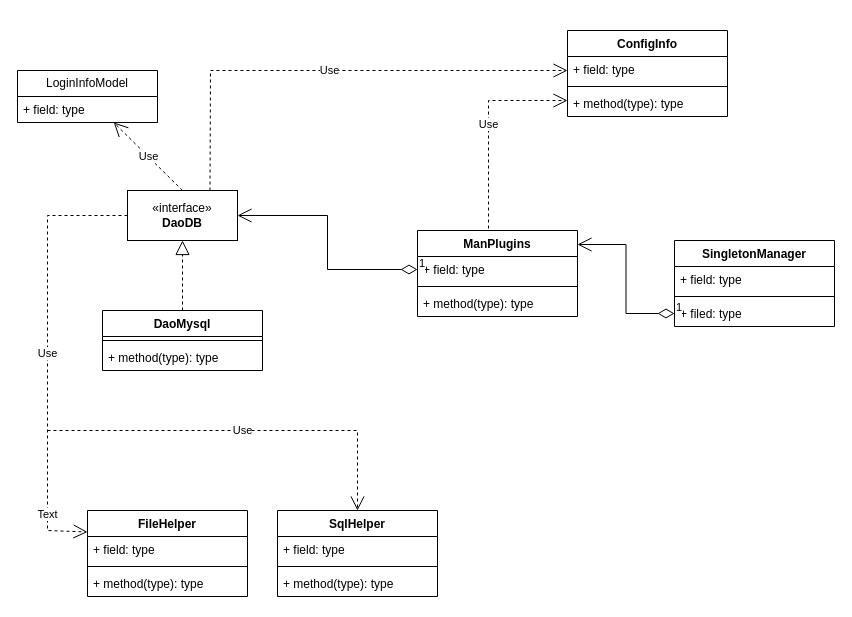
This is Qt/COSBrowser/databaseImpl/databaseImplClassDiag.drawio from lumingfan/Draw, a draw.io file, before an edit. Source tidied: cells renumbered, new cells numbered last; positions are measured from the earlier drawing's top-left corner, leaving out a move shared by most shapes. Both pictures are drawn from the tidied source at 100%, with x=0, y=0 at pixel (17, 30).
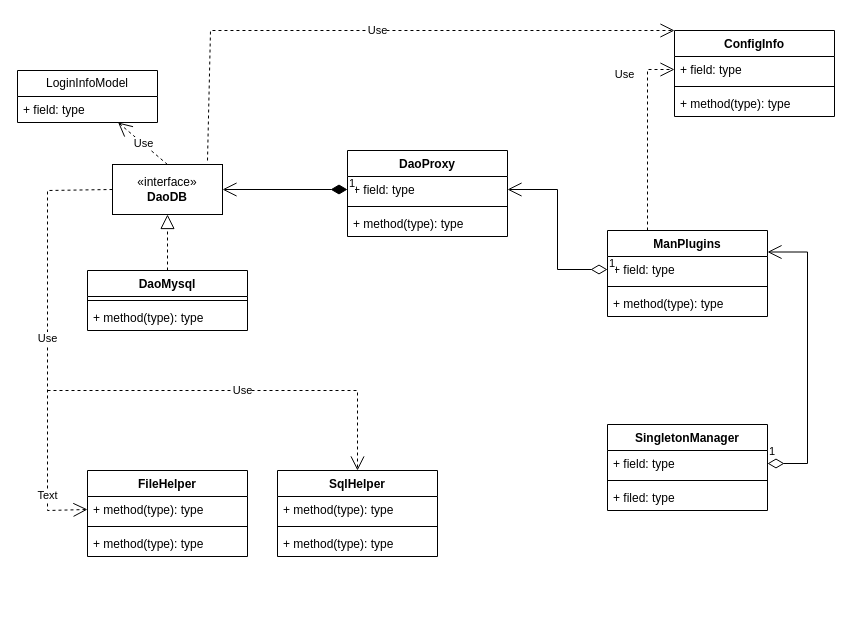
Above is the later version.

Unchanged cells that the change refers to:
```xml
<mxCell id="11" value="+ field: type" style="text;strokeColor=none;fillColor=none;align=left;verticalAlign=top;spacingLeft=4;spacingRight=4;overflow=hidden;points=[[0,0.5],[1,0.5]];portConstraint=eastwest;whiteSpace=wrap;html=1;" parent="10" vertex="1">
  <mxGeometry y="26" width="160" height="26" as="geometry" />
</mxCell>
<mxCell id="15" value="+ field: type" style="text;strokeColor=none;fillColor=none;align=left;verticalAlign=top;spacingLeft=4;spacingRight=4;overflow=hidden;points=[[0,0.5],[1,0.5]];portConstraint=eastwest;whiteSpace=wrap;html=1;" parent="14" vertex="1">
  <mxGeometry y="26" width="160" height="26" as="geometry" />
</mxCell>
<mxCell id="17" value="+ filed: type" style="text;strokeColor=none;fillColor=none;align=left;verticalAlign=top;spacingLeft=4;spacingRight=4;overflow=hidden;points=[[0,0.5],[1,0.5]];portConstraint=eastwest;whiteSpace=wrap;html=1;" parent="14" vertex="1">
  <mxGeometry y="60" width="160" height="26" as="geometry" />
</mxCell>
<mxCell id="32" value="+ field: type" style="text;strokeColor=none;fillColor=none;align=left;verticalAlign=top;spacingLeft=4;spacingRight=4;overflow=hidden;points=[[0,0.5],[1,0.5]];portConstraint=eastwest;whiteSpace=wrap;html=1;" parent="31" vertex="1">
  <mxGeometry y="26" width="160" height="26" as="geometry" />
</mxCell>
```

The edit, as a diff of the source:
```diff
@@
     <mxCell id="2" value="«interface»&lt;br&gt;&lt;b&gt;DaoDB&lt;/b&gt;" style="html=1;whiteSpace=wrap;" parent="1" vertex="1">
-      <mxGeometry x="110" y="160" width="110" height="50" as="geometry" />
+      <mxGeometry x="95" y="134" width="110" height="50" as="geometry" />
     </mxCell>
     <mxCell id="3" value="DaoMysql" style="swimlane;fontStyle=1;align=center;verticalAlign=top;horizontal=1;startSize=26;whiteSpace=wrap;html=1;" parent="1" vertex="1">
-      <mxGeometry x="85" y="280" width="160" height="60" as="geometry" />
+      <mxGeometry x="70" y="240" width="160" height="60" as="geometry" />
     </mxCell>
@@
     <mxCell id="10" value="ManPlugins&lt;div&gt;&lt;br&gt;&lt;/div&gt;" style="swimlane;fontStyle=1;align=center;verticalAlign=top;horizontal=1;startSize=26;whiteSpace=wrap;html=1;" parent="1" vertex="1">
-      <mxGeometry x="400" y="200" width="160" height="86" as="geometry" />
+      <mxGeometry x="590" y="200" width="160" height="86" as="geometry" />
     </mxCell>
@@
     <mxCell id="14" value="SingletonManager&lt;div&gt;&lt;br&gt;&lt;/div&gt;" style="swimlane;fontStyle=1;align=center;verticalAlign=top;horizontal=1;startSize=26;whiteSpace=wrap;html=1;" parent="1" vertex="1">
-      <mxGeometry x="657" y="210" width="160" height="86" as="geometry" />
+      <mxGeometry x="590" y="394" width="160" height="86" as="geometry" />
     </mxCell>
@@
-    <mxCell id="18" value="1" style="endArrow=open;html=1;endSize=12;startArrow=diamondThin;startSize=14;startFill=0;edgeStyle=orthogonalEdgeStyle;align=left;verticalAlign=bottom;rounded=0;entryX=1;entryY=0.163;entryDx=0;entryDy=0;entryPerimeter=0;exitX=0;exitY=0.5;exitDx=0;exitDy=0;" parent="1" edge="1" source="17" target="10">
-      <mxGeometry x="-1" y="3" relative="1" as="geometry" />
-    </mxCell>
     <mxCell id="19" value="FileHelper" style="swimlane;fontStyle=1;align=center;verticalAlign=top;horizontal=1;startSize=26;whiteSpace=wrap;html=1;" parent="1" vertex="1">
-      <mxGeometry x="70" y="480" width="160" height="86" as="geometry" />
+      <mxGeometry x="70" y="440" width="160" height="86" as="geometry" />
     </mxCell>
-    <mxCell id="20" value="+ field: type" style="text;strokeColor=none;fillColor=none;align=left;verticalAlign=top;spacingLeft=4;spacingRight=4;overflow=hidden;points=[[0,0.5],[1,0.5]];portConstraint=eastwest;whiteSpace=wrap;html=1;" parent="19" vertex="1">
+    <mxCell id="20" value="+ method(type): type" style="text;strokeColor=none;fillColor=none;align=left;verticalAlign=top;spacingLeft=4;spacingRight=4;overflow=hidden;points=[[0,0.5],[1,0.5]];portConstraint=eastwest;whiteSpace=wrap;html=1;" parent="19" vertex="1">
       <mxGeometry y="26" width="160" height="26" as="geometry" />
     </mxCell>
@@
     <mxCell id="23" value="SqlHelper" style="swimlane;fontStyle=1;align=center;verticalAlign=top;horizontal=1;startSize=26;whiteSpace=wrap;html=1;" parent="1" vertex="1">
-      <mxGeometry x="260" y="480" width="160" height="86" as="geometry" />
+      <mxGeometry x="260" y="440" width="160" height="86" as="geometry" />
     </mxCell>
-    <mxCell id="24" value="+ field: type" style="text;strokeColor=none;fillColor=none;align=left;verticalAlign=top;spacingLeft=4;spacingRight=4;overflow=hidden;whiteSpace=wrap;html=1;" parent="23" vertex="1">
+    <mxCell id="24" value="+ method(type): type" style="text;strokeColor=none;fillColor=none;align=left;verticalAlign=top;spacingLeft=4;spacingRight=4;overflow=hidden;whiteSpace=wrap;html=1;" parent="23" vertex="1">
       <mxGeometry y="26" width="160" height="26" as="geometry" />
     </mxCell>
@@
-    <mxCell id="27" value="Use" style="endArrow=open;endSize=12;dashed=1;html=1;rounded=0;exitX=0;exitY=0.5;exitDx=0;exitDy=0;entryX=0;entryY=0.25;entryDx=0;entryDy=0;" parent="1" edge="1" source="2" target="19">
+    <mxCell id="27" value="Use" style="endArrow=open;endSize=12;dashed=1;html=1;rounded=0;exitX=0;exitY=0.5;exitDx=0;exitDy=0;entryX=0;entryY=0.5;entryDx=0;entryDy=0;" parent="1" edge="1" source="2" target="20">
       <mxGeometry relative="1" as="geometry">
         <Array as="points">
-          <mxPoint x="30" y="185" />
-          <mxPoint x="30" y="500" />
+          <mxPoint x="30" y="160" />
+          <mxPoint x="30" y="480" />
         </Array>
       </mxGeometry>
     </mxCell>
@@
     <mxCell id="29" value="Use" style="endArrow=open;endSize=12;dashed=1;html=1;rounded=0;entryX=0.5;entryY=0;entryDx=0;entryDy=0;" parent="1" edge="1" target="23">
       <mxGeometry relative="1" as="geometry">
-        <mxPoint x="30" y="400" as="sourcePoint" />
+        <mxPoint x="30" y="360" as="sourcePoint" />
         <Array as="points">
-          <mxPoint x="340" y="400" />
+          <mxPoint x="340" y="360" />
         </Array>
       </mxGeometry>
     </mxCell>
-    <mxCell id="30" value="1" style="endArrow=open;html=1;endSize=12;startArrow=diamondThin;startSize=14;startFill=0;edgeStyle=orthogonalEdgeStyle;align=left;verticalAlign=bottom;rounded=0;exitX=0;exitY=0.5;exitDx=0;exitDy=0;entryX=1;entryY=0.5;entryDx=0;entryDy=0;" parent="1" edge="1" source="11" target="2">
-      <mxGeometry x="-1" y="3" relative="1" as="geometry" />
-    </mxCell>
     <mxCell id="31" value="ConfigInfo&lt;div&gt;&lt;br&gt;&lt;/div&gt;" style="swimlane;fontStyle=1;align=center;verticalAlign=top;horizontal=1;startSize=26;whiteSpace=wrap;html=1;" parent="1" vertex="1">
-      <mxGeometry x="550" width="160" height="86" as="geometry" />
+      <mxGeometry x="657" width="160" height="86" as="geometry" />
     </mxCell>
@@
-    <mxCell id="35" value="Use" style="endArrow=open;endSize=12;dashed=1;html=1;rounded=0;exitX=0.75;exitY=0;exitDx=0;exitDy=0;" parent="1" edge="1" source="2">
+    <mxCell id="35" value="Use" style="endArrow=open;endSize=12;dashed=1;html=1;rounded=0;entryX=0;entryY=0;entryDx=0;entryDy=0;" parent="1" edge="1" target="31">
       <mxGeometry relative="1" as="geometry">
-        <mxPoint x="550" y="40" as="targetPoint" />
+        <mxPoint x="190" y="130" as="sourcePoint" />
         <Array as="points">
-          <mxPoint x="193" y="40" />
+          <mxPoint x="193" />
         </Array>
       </mxGeometry>
     </mxCell>
-    <mxCell id="36" value="Use" style="endArrow=open;endSize=12;dashed=1;html=1;rounded=0;exitX=0.444;exitY=-0.023;exitDx=0;exitDy=0;exitPerimeter=0;" parent="1" edge="1" source="10">
-      <mxGeometry relative="1" as="geometry">
-        <mxPoint x="550" y="70" as="targetPoint" />
+    <mxCell id="36" value="Use" style="endArrow=open;endSize=12;dashed=1;html=1;rounded=0;exitX=0.25;exitY=0;exitDx=0;exitDy=0;entryX=0;entryY=0.5;entryDx=0;entryDy=0;" parent="1" edge="1" source="10" target="32">
+      <mxGeometry x="0.66" y="23" relative="1" as="geometry">
         <Array as="points">
-          <mxPoint x="471" y="70" />
+          <mxPoint x="630" y="39" />
         </Array>
       </mxGeometry>
     </mxCell>
+    <mxCell id="37" value="&lt;div&gt;DaoProxy&lt;/div&gt;" style="swimlane;fontStyle=1;align=center;verticalAlign=top;horizontal=1;startSize=26;whiteSpace=wrap;html=1;" parent="1" vertex="1">
+      <mxGeometry x="330" y="120" width="160" height="86" as="geometry" />
+    </mxCell>
+    <mxCell id="38" value="+ field: type" style="text;strokeColor=none;fillColor=none;align=left;verticalAlign=top;spacingLeft=4;spacingRight=4;overflow=hidden;points=[[0,0.5],[1,0.5]];portConstraint=eastwest;whiteSpace=wrap;html=1;" parent="37" vertex="1">
+      <mxGeometry y="26" width="160" height="26" as="geometry" />
+    </mxCell>
+    <mxCell id="39" style="line;strokeWidth=1;fillColor=none;align=left;verticalAlign=middle;spacingTop=-1;spacingLeft=3;spacingRight=3;labelPosition=right;strokeColor=inherit;" parent="37" vertex="1">
+      <mxGeometry y="52" width="160" height="8" as="geometry" />
+    </mxCell>
+    <mxCell id="40" value="+ method(type): type" style="text;strokeColor=none;fillColor=none;align=left;verticalAlign=top;spacingLeft=4;spacingRight=4;overflow=hidden;whiteSpace=wrap;html=1;" parent="37" vertex="1">
+      <mxGeometry y="60" width="160" height="26" as="geometry" />
+    </mxCell>
+    <mxCell id="41" value="1" style="endArrow=open;html=1;endSize=12;startArrow=diamondThin;startSize=14;startFill=1;edgeStyle=orthogonalEdgeStyle;align=left;verticalAlign=bottom;rounded=0;exitX=0;exitY=0.5;exitDx=0;exitDy=0;entryX=1;entryY=0.5;entryDx=0;entryDy=0;" parent="1" edge="1" source="38" target="2">
+      <mxGeometry x="-1" y="3" relative="1" as="geometry" />
+    </mxCell>
+    <mxCell id="42" value="1" style="endArrow=open;html=1;endSize=12;startArrow=diamondThin;startSize=14;startFill=0;edgeStyle=orthogonalEdgeStyle;align=left;verticalAlign=bottom;rounded=0;entryX=1;entryY=0.5;entryDx=0;entryDy=0;exitX=0;exitY=0.5;exitDx=0;exitDy=0;" parent="1" edge="1" source="11" target="38">
+      <mxGeometry x="-1" y="3" relative="1" as="geometry" />
+    </mxCell>
+    <mxCell id="43" value="1" style="endArrow=open;html=1;endSize=12;startArrow=diamondThin;startSize=14;startFill=0;edgeStyle=orthogonalEdgeStyle;align=left;verticalAlign=bottom;rounded=0;exitX=1;exitY=0.5;exitDx=0;exitDy=0;entryX=1;entryY=0.25;entryDx=0;entryDy=0;" parent="1" edge="1" source="15" target="10">
+      <mxGeometry x="-1" y="3" relative="1" as="geometry">
+        <Array as="points">
+          <mxPoint x="790" y="433" />
+          <mxPoint x="790" y="222" />
+        </Array>
+      </mxGeometry>
+    </mxCell>
```
